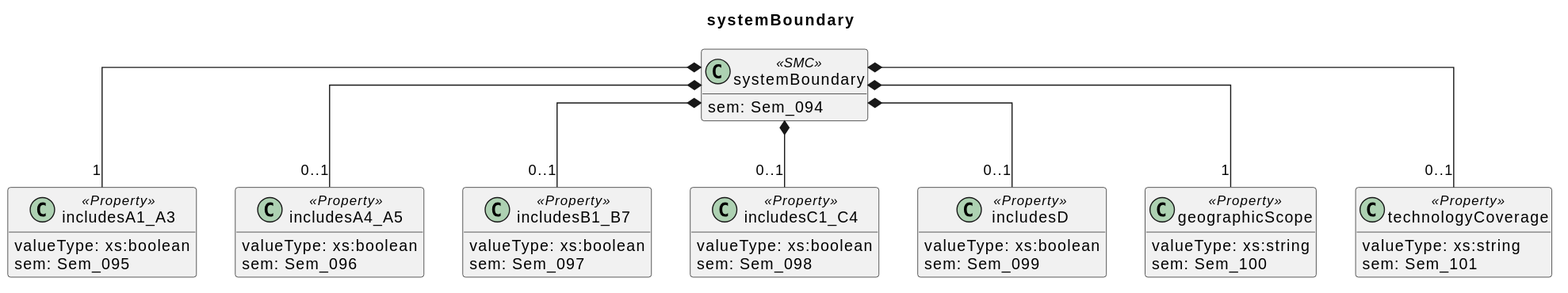
Earlier version of the PlantUML export docs/model/sections/systemBoundary.svg (Leeeks/aas-epd-type-iii-submodel).
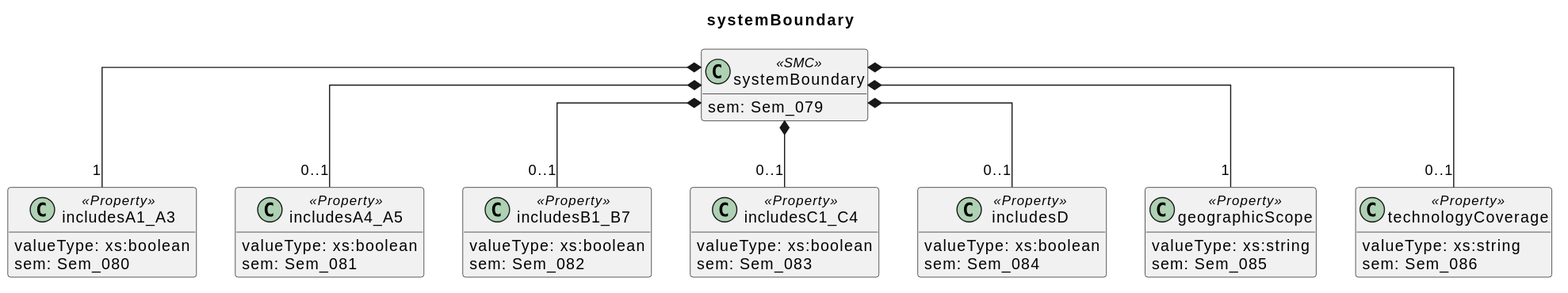
After the change.

Change to the diagram source:
```diff
@@ -5,35 +5,35 @@
 hide empty members
 
 class systemBoundary <<SMC>> {
-  sem: Sem_094
+  sem: Sem_079
 }
 class includesA1_A3 <<Property>> {
   valueType: xs:boolean
-  sem: Sem_095
+  sem: Sem_080
 }
 class includesA4_A5 <<Property>> {
   valueType: xs:boolean
-  sem: Sem_096
+  sem: Sem_081
 }
 class includesB1_B7 <<Property>> {
   valueType: xs:boolean
-  sem: Sem_097
+  sem: Sem_082
 }
 class includesC1_C4 <<Property>> {
   valueType: xs:boolean
-  sem: Sem_098
+  sem: Sem_083
 }
 class includesD <<Property>> {
   valueType: xs:boolean
-  sem: Sem_099
+  sem: Sem_084
 }
 class geographicScope <<Property>> {
   valueType: xs:string
-  sem: Sem_100
+  sem: Sem_085
 }
 class technologyCoverage <<Property>> {
   valueType: xs:string
-  sem: Sem_101
+  sem: Sem_086
 }
 
 systemBoundary *-- "1" includesA1_A3
```
